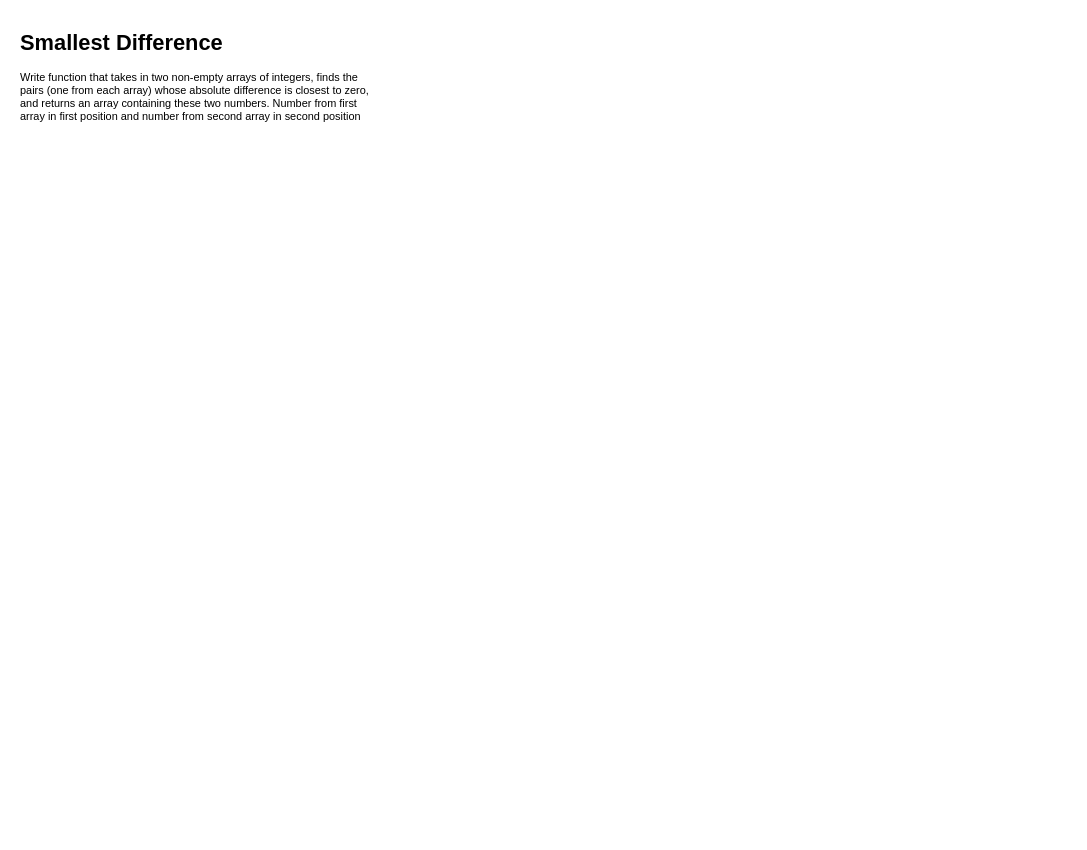
Earlier version of the draw.io diagram src/monotonic-array.drawio (aj03794/leetcode-problems). Source tidied: cells renumbered, new cells numbered last; positions are measured from the earlier drawing's top-left corner, leaving out a move shared by most shapes. Both pictures are drawn from the tidied source at 91%, with x=0, y=0 at pixel (15, 25).
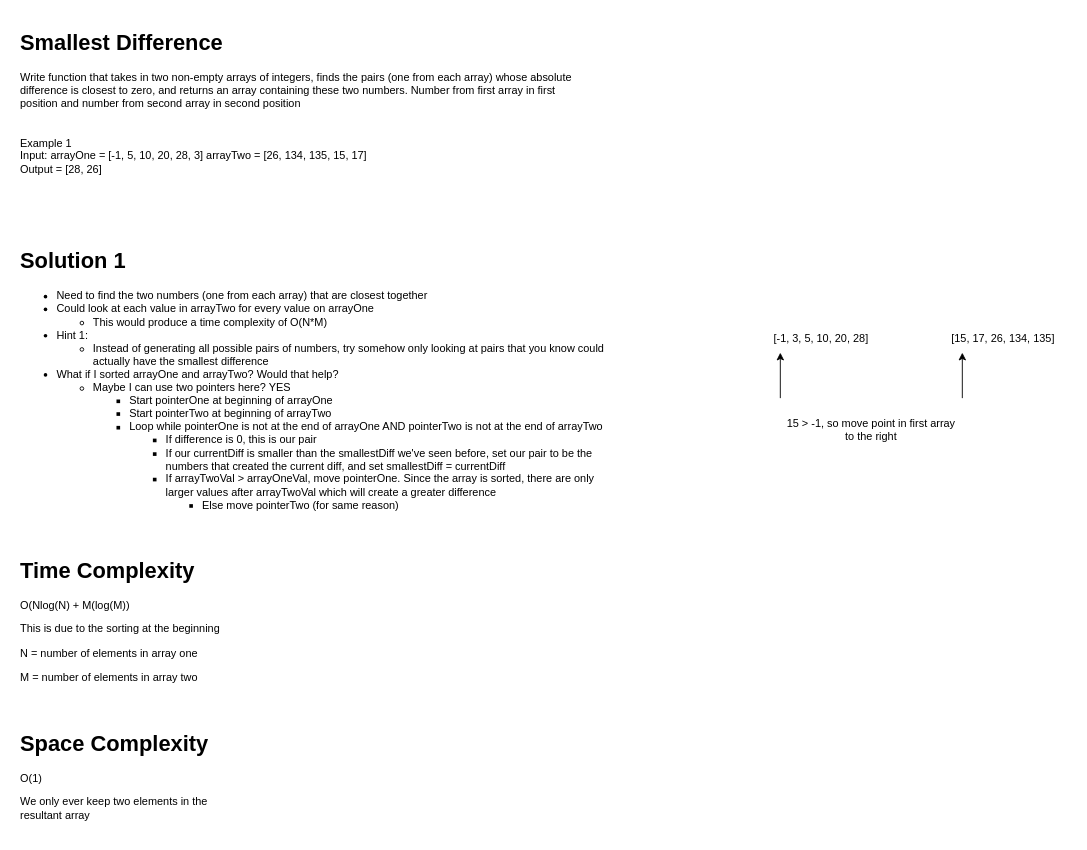
Above is the later version.

Change to the diagram source:
```diff
@@
 <mxGraphModel>
   <root>
     <mxCell id="0" />
     <mxCell id="1" parent="0" />
-    <mxCell id="2" value="&lt;h1&gt;&lt;span style=&quot;background-color: initial;&quot;&gt;Smallest Difference&lt;/span&gt;&lt;br&gt;&lt;/h1&gt;&lt;div&gt;&lt;span style=&quot;background-color: initial;&quot;&gt;Write function that takes in two non-empty arrays of integers, finds the pairs (one from each array) whose absolute difference is closest to zero, and returns an array containing these two numbers. Number from first array in first position and number from second array in second position&lt;/span&gt;&lt;/div&gt;&lt;div&gt;&lt;span style=&quot;background-color: initial;&quot;&gt;&lt;br&gt;&lt;/span&gt;&lt;/div&gt;&lt;div&gt;&lt;span style=&quot;background-color: initial;&quot;&gt;&lt;br&gt;&lt;/span&gt;&lt;/div&gt;" style="text;html=1;strokeColor=none;fillColor=none;spacing=5;spacingTop=-20;whiteSpace=wrap;overflow=hidden;rounded=0;" parent="1" vertex="1">
-      <mxGeometry width="400" height="150" as="geometry" />
+    <mxCell id="2" value="&lt;h1&gt;&lt;span style=&quot;background-color: initial;&quot;&gt;Smallest Difference&lt;/span&gt;&lt;br&gt;&lt;/h1&gt;&lt;div&gt;&lt;span style=&quot;background-color: initial;&quot;&gt;Write function that takes in two non-empty arrays of integers, finds the pairs (one from each array) whose absolute difference is closest to zero, and returns an array containing these two numbers. Number from first array in first position and number from second array in second position&lt;/span&gt;&lt;/div&gt;&lt;div&gt;&lt;span style=&quot;background-color: initial;&quot;&gt;&lt;br&gt;&lt;/span&gt;&lt;/div&gt;&lt;div&gt;&lt;span style=&quot;background-color: initial;&quot;&gt;&lt;br&gt;&lt;/span&gt;&lt;/div&gt;&lt;div&gt;&lt;span style=&quot;background-color: initial;&quot;&gt;Example 1&lt;/span&gt;&lt;/div&gt;&lt;div&gt;&lt;span style=&quot;background-color: initial;&quot;&gt;Input: arrayOne = [-1, 5, 10, 20, 28, 3]&amp;nbsp;&lt;/span&gt;&lt;span style=&quot;background-color: initial;&quot;&gt;arrayTwo = [26, 134, 135, 15, 17]&lt;/span&gt;&lt;/div&gt;&lt;div&gt;&lt;span style=&quot;background-color: initial;&quot;&gt;Output = [28, 26]&lt;/span&gt;&lt;/div&gt;&lt;div&gt;&lt;span style=&quot;background-color: initial;&quot;&gt;&lt;br&gt;&lt;/span&gt;&lt;/div&gt;" style="text;html=1;strokeColor=none;fillColor=none;spacing=5;spacingTop=-20;whiteSpace=wrap;overflow=hidden;rounded=0;" parent="1" vertex="1">
+      <mxGeometry width="630" height="310" as="geometry" />
     </mxCell>
+    <mxCell id="3" value="&lt;h1&gt;Solution 1&lt;/h1&gt;&lt;p&gt;&lt;/p&gt;&lt;ul&gt;&lt;li&gt;Need to find the two numbers (one from each array) that are closest together&lt;/li&gt;&lt;li&gt;Could look at each value in arrayTwo for every value on arrayOne&lt;/li&gt;&lt;ul&gt;&lt;li&gt;This would produce a time complexity of O(N*M)&lt;/li&gt;&lt;/ul&gt;&lt;li&gt;Hint 1:&lt;/li&gt;&lt;ul&gt;&lt;li&gt;Instead of generating all possible pairs of numbers, try somehow only looking at pairs that you know could actually have the smallest difference&lt;/li&gt;&lt;/ul&gt;&lt;li&gt;What if I sorted arrayOne and arrayTwo? Would that help?&lt;/li&gt;&lt;ul&gt;&lt;li&gt;Maybe I can use two pointers here? YES&lt;/li&gt;&lt;ul&gt;&lt;li&gt;Start pointerOne at beginning of arrayOne&lt;/li&gt;&lt;li&gt;Start pointerTwo at beginning of arrayTwo&lt;/li&gt;&lt;li&gt;Loop while pointerOne is not at the end of arrayOne AND pointerTwo is not at the end of arrayTwo&lt;/li&gt;&lt;ul&gt;&lt;li&gt;If difference is 0, this is our pair&lt;/li&gt;&lt;li&gt;If our currentDiff is smaller than the smallestDiff we've seen before, set our pair to be the numbers that created the current diff, and set smallestDiff = currentDiff&lt;/li&gt;&lt;li&gt;If arrayTwoVal &amp;gt; arrayOneVal, move pointerOne. Since the array is sorted, there are only larger values after arrayTwoVal which will create a greater difference&lt;/li&gt;&lt;ul&gt;&lt;li&gt;Else move pointerTwo (for same reason)&lt;/li&gt;&lt;/ul&gt;&lt;/ul&gt;&lt;/ul&gt;&lt;/ul&gt;&lt;/ul&gt;&lt;p&gt;&lt;/p&gt;" style="text;html=1;strokeColor=none;fillColor=none;spacing=5;spacingTop=-20;whiteSpace=wrap;overflow=hidden;rounded=0;" parent="1" vertex="1">
+      <mxGeometry y="240" width="660" height="340" as="geometry" />
+    </mxCell>
+    <mxCell id="4" value="[-1, 3, 5, 10, 20, 28]" style="text;html=1;strokeColor=none;fillColor=none;align=center;verticalAlign=middle;whiteSpace=wrap;rounded=0;" parent="1" vertex="1">
+      <mxGeometry x="810" y="330" width="150" height="30" as="geometry" />
+    </mxCell>
+    <mxCell id="5" value="[15, 17, 26, 134, 135]" style="text;html=1;strokeColor=none;fillColor=none;align=center;verticalAlign=middle;whiteSpace=wrap;rounded=0;" parent="1" vertex="1">
+      <mxGeometry x="1010" y="330" width="150" height="30" as="geometry" />
+    </mxCell>
+    <mxCell id="6" style="endArrow=classic;html=1;rounded=0;" parent="1" edge="1">
+      <mxGeometry relative="1" as="geometry">
+        <mxPoint x="840" y="410" as="sourcePoint" />
+        <mxPoint x="840" y="360" as="targetPoint" />
+      </mxGeometry>
+    </mxCell>
+    <mxCell id="7" style="endArrow=classic;html=1;rounded=0;" parent="1" edge="1">
+      <mxGeometry relative="1" as="geometry">
+        <mxPoint x="1040" y="410" as="sourcePoint" />
+        <mxPoint x="1040" y="360" as="targetPoint" />
+      </mxGeometry>
+    </mxCell>
+    <mxCell id="8" value="15 &amp;gt; -1, so move point in first array to the right" style="text;html=1;strokeColor=none;fillColor=none;align=center;verticalAlign=middle;whiteSpace=wrap;rounded=0;" parent="1" vertex="1">
+      <mxGeometry x="840" y="430" width="200" height="30" as="geometry" />
+    </mxCell>
+    <mxCell id="9" value="&lt;h1&gt;Time Complexity&lt;/h1&gt;&lt;p&gt;O(Nlog(N) + M(log(M))&lt;/p&gt;&lt;p&gt;This is due to the sorting at the beginning&lt;/p&gt;&lt;p&gt;N = number of elements in array one&lt;/p&gt;&lt;p&gt;M = number of elements in array two&lt;/p&gt;" style="text;html=1;strokeColor=none;fillColor=none;spacing=5;spacingTop=-20;whiteSpace=wrap;overflow=hidden;rounded=0;" parent="1" vertex="1">
+      <mxGeometry y="580" width="320" height="150" as="geometry" />
+    </mxCell>
+    <mxCell id="10" value="&lt;h1&gt;Space Complexity&lt;/h1&gt;&lt;p&gt;O(1)&lt;/p&gt;&lt;p&gt;We only ever keep two elements in the resultant array&lt;/p&gt;" style="text;html=1;strokeColor=none;fillColor=none;spacing=5;spacingTop=-20;whiteSpace=wrap;overflow=hidden;rounded=0;" parent="1" vertex="1">
+      <mxGeometry y="770" width="220" height="120" as="geometry" />
+    </mxCell>
   </root>
 </mxGraphModel>
```
